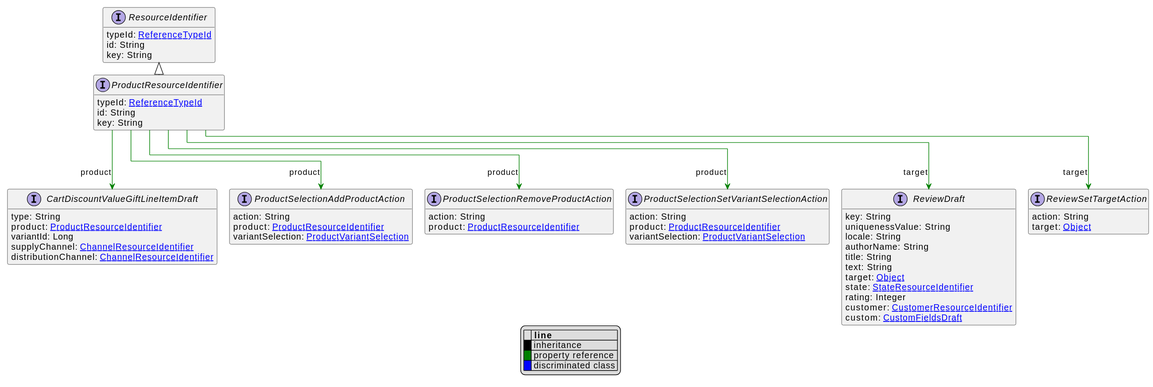
Earlier version of the PlantUML export uml/api/svg/ProductResourceIdentifier.svg (commercetools/commercetools-api-reference). Its diagram source:
```plantuml
@startuml
!pragma layout elk
hide empty fields
hide empty methods
legend
|= |= line |
|<back:black>   </back>| inheritance |
|<back:green>   </back>| property reference |
|<back:blue>   </back>| discriminated class |
endlegend
interface ProductResourceIdentifier [[ProductResourceIdentifier.svg]] extends ResourceIdentifier {
    typeId: [[ReferenceTypeId.svg ReferenceTypeId]]
    id: String
    key: String
}
interface ResourceIdentifier [[ResourceIdentifier.svg]]  {
    typeId: [[ReferenceTypeId.svg ReferenceTypeId]]
    id: String
    key: String
}


interface ReviewDraft [[ReviewDraft.svg]]  {
    key: String
    uniquenessValue: String
    locale: String
    authorName: String
    title: String
    text: String
    target: [[Object.svg Object]]
    state: [[StateResourceIdentifier.svg StateResourceIdentifier]]
    rating: Integer
    customer: [[CustomerResourceIdentifier.svg CustomerResourceIdentifier]]
    custom: [[CustomFieldsDraft.svg CustomFieldsDraft]]
}
interface ReviewSetTargetAction [[ReviewSetTargetAction.svg]]  {
    action: String
    target: [[Object.svg Object]]
}
interface CartDiscountValueGiftLineItemDraft [[CartDiscountValueGiftLineItemDraft.svg]]  {
    type: String
    product: [[ProductResourceIdentifier.svg ProductResourceIdentifier]]
    variantId: Long
    supplyChannel: [[ChannelResourceIdentifier.svg ChannelResourceIdentifier]]
    distributionChannel: [[ChannelResourceIdentifier.svg ChannelResourceIdentifier]]
}
interface ProductSelectionAddProductAction [[ProductSelectionAddProductAction.svg]]  {
    action: String
    product: [[ProductResourceIdentifier.svg ProductResourceIdentifier]]
    variantSelection: [[ProductVariantSelection.svg ProductVariantSelection]]
}
interface ProductSelectionRemoveProductAction [[ProductSelectionRemoveProductAction.svg]]  {
    action: String
    product: [[ProductResourceIdentifier.svg ProductResourceIdentifier]]
}
interface ProductSelectionSetVariantSelectionAction [[ProductSelectionSetVariantSelectionAction.svg]]  {
    action: String
    product: [[ProductResourceIdentifier.svg ProductResourceIdentifier]]
    variantSelection: [[ProductVariantSelection.svg ProductVariantSelection]]
}

ProductResourceIdentifier --> ReviewDraft #green;text:green : "target"
ProductResourceIdentifier --> ReviewSetTargetAction #green;text:green : "target"
ProductResourceIdentifier --> CartDiscountValueGiftLineItemDraft #green;text:green : "product"
ProductResourceIdentifier --> ProductSelectionAddProductAction #green;text:green : "product"
ProductResourceIdentifier --> ProductSelectionRemoveProductAction #green;text:green : "product"
ProductResourceIdentifier --> ProductSelectionSetVariantSelectionAction #green;text:green : "product"
@enduml
```
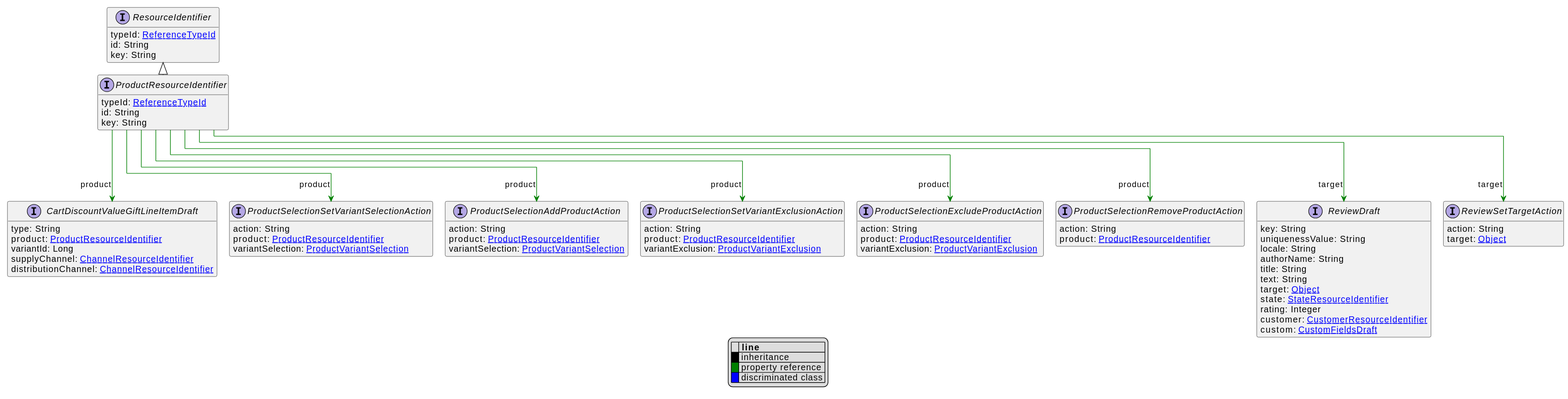
Above is the later version.

Diff of the diagram source:
```diff
@@ -49,9 +49,19 @@
     product: [[ProductResourceIdentifier.svg ProductResourceIdentifier]]
     variantSelection: [[ProductVariantSelection.svg ProductVariantSelection]]
 }
+interface ProductSelectionExcludeProductAction [[ProductSelectionExcludeProductAction.svg]]  {
+    action: String
+    product: [[ProductResourceIdentifier.svg ProductResourceIdentifier]]
+    variantExclusion: [[ProductVariantExclusion.svg ProductVariantExclusion]]
+}
 interface ProductSelectionRemoveProductAction [[ProductSelectionRemoveProductAction.svg]]  {
     action: String
     product: [[ProductResourceIdentifier.svg ProductResourceIdentifier]]
+}
+interface ProductSelectionSetVariantExclusionAction [[ProductSelectionSetVariantExclusionAction.svg]]  {
+    action: String
+    product: [[ProductResourceIdentifier.svg ProductResourceIdentifier]]
+    variantExclusion: [[ProductVariantExclusion.svg ProductVariantExclusion]]
 }
 interface ProductSelectionSetVariantSelectionAction [[ProductSelectionSetVariantSelectionAction.svg]]  {
     action: String
@@ -63,6 +73,8 @@
 ProductResourceIdentifier --> ReviewSetTargetAction #green;text:green : "target"
 ProductResourceIdentifier --> CartDiscountValueGiftLineItemDraft #green;text:green : "product"
 ProductResourceIdentifier --> ProductSelectionAddProductAction #green;text:green : "product"
+ProductResourceIdentifier --> ProductSelectionExcludeProductAction #green;text:green : "product"
 ProductResourceIdentifier --> ProductSelectionRemoveProductAction #green;text:green : "product"
+ProductResourceIdentifier --> ProductSelectionSetVariantExclusionAction #green;text:green : "product"
 ProductResourceIdentifier --> ProductSelectionSetVariantSelectionAction #green;text:green : "product"
 @enduml
```
